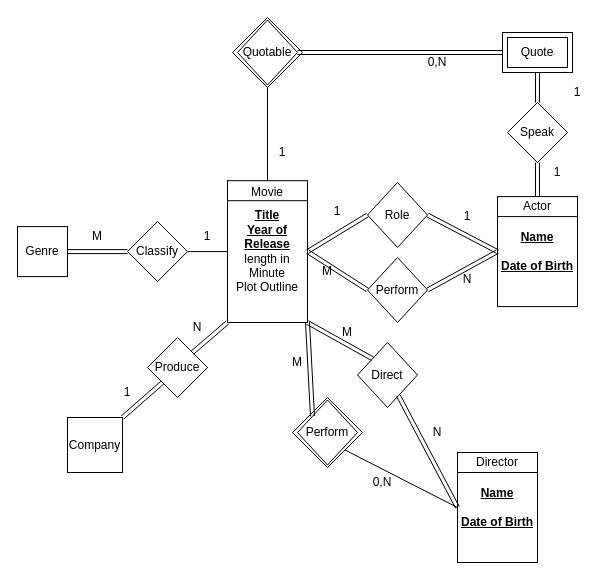
This is Untitled Diagram.drawio from grizillar/grizillar, a draw.io file, before an edit. Source tidied: cells renumbered, new cells numbered last; positions are measured from the earlier drawing's top-left corner, leaving out a move shared by most shapes. Both pictures are drawn from the tidied source at 100%, with x=0, y=0 at pixel (17, 17).
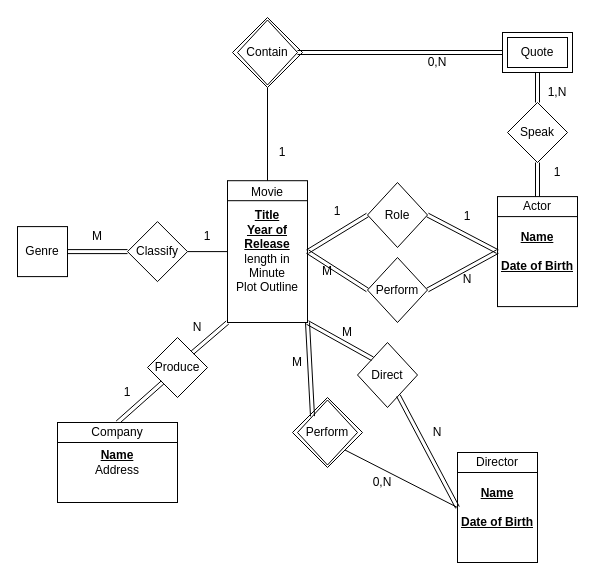
After the change.

Unchanged cells that the change refers to:
```xml
<mxCell id="35" style="group;" parent="1" vertex="1">
  <mxGeometry x="215" width="70" height="70" as="geometry" />
</mxCell>
<mxCell id="48" value="Produce" style="rhombus;whiteSpace=wrap;html=1;" parent="1" vertex="1">
  <mxGeometry x="130" y="320" width="60" height="60" as="geometry" />
</mxCell>
```

What changed in the source:
```diff
@@
-    <mxCell id="37" value="Quotable" style="rhombus;whiteSpace=wrap;html=1;perimeterSpacing=0;shadow=0;rounded=0;" parent="35" vertex="1">
+    <mxCell id="37" value="Contain" style="rhombus;whiteSpace=wrap;html=1;perimeterSpacing=0;shadow=0;rounded=0;" parent="35" vertex="1">
       <mxGeometry x="5" y="2.5" width="60" height="65" as="geometry" />
     </mxCell>
@@
-    <mxCell id="44" value="1" style="text;html=1;strokeColor=none;fillColor=none;align=center;verticalAlign=middle;whiteSpace=wrap;rounded=0;shadow=0;sketch=0;" parent="1" vertex="1">
-      <mxGeometry x="540" y="65" width="40" height="20" as="geometry" />
+    <mxCell id="44" value="1,N" style="text;html=1;strokeColor=none;fillColor=none;align=center;verticalAlign=middle;whiteSpace=wrap;rounded=0;shadow=0;sketch=0;" parent="1" vertex="1">
+      <mxGeometry x="520" y="65" width="40" height="20" as="geometry" />
     </mxCell>
@@
-    <mxCell id="50" value="Company" style="whiteSpace=wrap;html=1;rounded=0;shadow=0;sketch=0;" parent="1" vertex="1">
-      <mxGeometry x="50" y="400" width="55" height="55" as="geometry" />
-    </mxCell>
@@
-    <mxCell id="54" style="shape=link;html=1;entryX=0;entryY=1;entryDx=0;entryDy=0;exitX=1;exitY=0;exitDx=0;exitDy=0;" parent="1" edge="1" source="50" target="48">
+    <mxCell id="54" style="shape=link;html=1;entryX=0;entryY=1;entryDx=0;entryDy=0;exitX=0.5;exitY=0;exitDx=0;exitDy=0;" parent="1" edge="1" source="60" target="48">
       <mxGeometry relative="1" as="geometry" />
     </mxCell>
@@
+    <mxCell id="60" value="&lt;b&gt;&lt;u&gt;Name&lt;/u&gt;&lt;/b&gt;&lt;br&gt;Address" style="shape=internalStorage;whiteSpace=wrap;html=1;backgroundOutline=1;dx=0;dy=20;" parent="1" vertex="1">
+      <mxGeometry x="40" y="405" width="120" height="80" as="geometry" />
+    </mxCell>
+    <mxCell id="50" value="Company" style="text;html=1;strokeColor=none;fillColor=none;align=center;verticalAlign=middle;whiteSpace=wrap;rounded=0;" parent="1" vertex="1">
+      <mxGeometry x="80" y="405" width="40" height="20" as="geometry" />
+    </mxCell>
```
